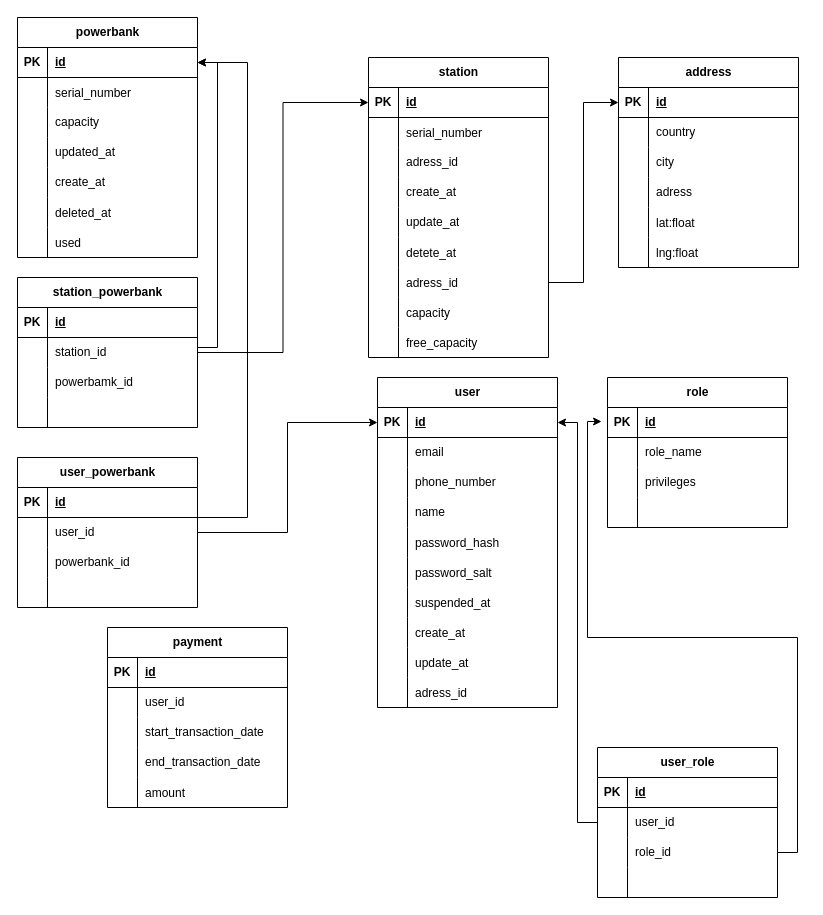
Earlier version of the draw.io diagram docs/db/db.drawio (Miroshinsv/wcharge_back). Source tidied: cells renumbered, new cells numbered last; positions are measured from the earlier drawing's top-left corner, leaving out a move shared by most shapes. Both pictures are drawn from the tidied source at 100%, with x=0, y=0 at pixel (17, 17).
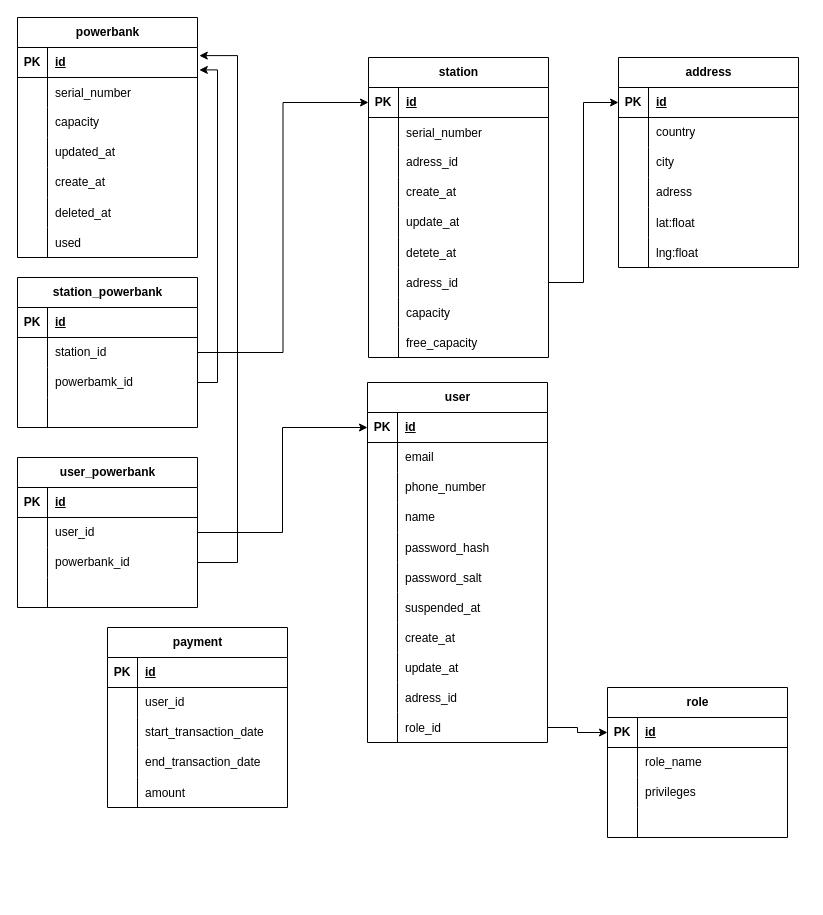
The same diagram, later.

Unchanged cells that the change refers to:
```xml
<mxCell id="50" style="shape=tableRow;horizontal=0;startSize=0;swimlaneHead=0;swimlaneBody=0;fillColor=none;points=[[0,0.5],[1,0.5]];portConstraint=eastwest;top=0;left=0;right=0;bottom=1;" parent="49" vertex="1">
  <mxGeometry y="30" width="180" height="30" as="geometry" />
</mxCell>
<mxCell id="63" style="shape=tableRow;horizontal=0;startSize=0;swimlaneHead=0;swimlaneBody=0;fillColor=none;points=[[0,0.5],[1,0.5]];portConstraint=eastwest;top=0;left=0;right=0;bottom=1;" parent="62" vertex="1">
  <mxGeometry y="30" width="180" height="30" as="geometry" />
</mxCell>
<mxCell id="94" style="shape=tableRow;horizontal=0;startSize=0;swimlaneHead=0;swimlaneBody=0;fillColor=none;points=[[0,0.5],[1,0.5]];portConstraint=eastwest;top=0;left=0;right=0;bottom=1;" parent="93" vertex="1">
  <mxGeometry y="30" width="180" height="30" as="geometry" />
</mxCell>
<mxCell id="136" style="shape=tableRow;horizontal=0;startSize=0;swimlaneHead=0;swimlaneBody=0;fillColor=none;points=[[0,0.5],[1,0.5]];portConstraint=eastwest;top=0;left=0;right=0;bottom=0;" parent="132" vertex="1">
  <mxGeometry y="60" width="180" height="30" as="geometry" />
</mxCell>
<mxCell id="139" style="shape=tableRow;horizontal=0;startSize=0;swimlaneHead=0;swimlaneBody=0;fillColor=none;points=[[0,0.5],[1,0.5]];portConstraint=eastwest;top=0;left=0;right=0;bottom=0;" parent="132" vertex="1">
  <mxGeometry y="90" width="180" height="30" as="geometry" />
</mxCell>
<mxCell id="169" style="shape=tableRow;horizontal=0;startSize=0;swimlaneHead=0;swimlaneBody=0;fillColor=none;points=[[0,0.5],[1,0.5]];portConstraint=eastwest;top=0;left=0;right=0;bottom=0;" parent="162" vertex="1">
  <mxGeometry y="90" width="180" height="30" as="geometry" />
</mxCell>
```

What changed in the source:
```diff
@@
     <mxCell id="49" value="role" style="shape=table;startSize=30;childLayout=tableLayout;rowLines=0;fontStyle=1;align=center;html=1;" parent="1" vertex="1">
-      <mxGeometry x="590" y="360" width="180" height="150" as="geometry" />
+      <mxGeometry x="590" y="670" width="180" height="150" as="geometry" />
     </mxCell>
@@
     <mxCell id="62" value="user" style="shape=table;startSize=30;childLayout=tableLayout;rowLines=0;fontStyle=1;align=center;html=1;" parent="1" vertex="1">
-      <mxGeometry x="360" y="360" width="180" height="330" as="geometry" />
+      <mxGeometry x="350" y="365" width="180" height="360" as="geometry" />
     </mxCell>
@@
+    <mxCell id="177" style="shape=tableRow;horizontal=0;startSize=0;swimlaneHead=0;swimlaneBody=0;fillColor=none;points=[[0,0.5],[1,0.5]];portConstraint=eastwest;top=0;left=0;right=0;bottom=0;" parent="62" vertex="1">
+      <mxGeometry y="330" width="180" height="30" as="geometry" />
+    </mxCell>
+    <mxCell id="178" style="shape=partialRectangle;fillColor=none;top=0;left=0;bottom=0;right=0;overflow=hidden;" parent="177" vertex="1">
+      <mxGeometry width="30" height="30" as="geometry" />
+    </mxCell>
+    <mxCell id="156" value="role_id" style="shape=partialRectangle;fillColor=none;top=0;left=0;bottom=0;right=0;align=left;spacingLeft=6;overflow=hidden;" parent="177" vertex="1">
+      <mxGeometry x="30" width="150" height="30" as="geometry" />
+    </mxCell>
@@
-    <mxCell id="145" style="edgeStyle=orthogonalEdgeStyle;rounded=0;jettySize=auto;html=1;entryX=1;entryY=0.5;entryDx=0;entryDy=0;exitX=1;exitY=0.5;exitDx=0;exitDy=0;" parent="1" edge="1" source="136" target="94">
-      <mxGeometry relative="1" as="geometry">
-        <Array as="points">
-          <mxPoint x="180" y="330" />
-          <mxPoint x="200" y="330" />
-          <mxPoint x="200" y="45" />
-        </Array>
-      </mxGeometry>
-    </mxCell>
@@
-    <mxCell id="147" value="user_role" style="shape=table;startSize=30;childLayout=tableLayout;rowLines=0;fontStyle=1;align=center;html=1;" parent="1" vertex="1">
-      <mxGeometry x="580" y="730" width="180" height="150" as="geometry" />
-    </mxCell>
-    <mxCell id="148" style="shape=tableRow;horizontal=0;startSize=0;swimlaneHead=0;swimlaneBody=0;fillColor=none;top=0;left=0;right=0;bottom=1;" parent="147" vertex="1">
-      <mxGeometry y="30" width="180" height="30" as="geometry" />
-    </mxCell>
-    <mxCell id="149" value="PK" style="shape=partialRectangle;fillColor=none;top=0;left=0;bottom=0;right=0;fontStyle=1;overflow=hidden;whiteSpace=wrap;html=1;" parent="148" vertex="1">
-      <mxGeometry width="30" height="30" as="geometry" />
-    </mxCell>
-    <mxCell id="150" value="id" style="shape=partialRectangle;fillColor=none;top=0;left=0;bottom=0;right=0;align=left;spacingLeft=6;fontStyle=5;overflow=hidden;whiteSpace=wrap;html=1;" parent="148" vertex="1">
-      <mxGeometry x="30" width="150" height="30" as="geometry" />
-    </mxCell>
-    <mxCell id="151" style="shape=tableRow;horizontal=0;startSize=0;swimlaneHead=0;swimlaneBody=0;fillColor=none;points=[[0,0.5],[1,0.5]];portConstraint=eastwest;top=0;left=0;right=0;bottom=0;" parent="147" vertex="1">
-      <mxGeometry y="60" width="180" height="30" as="geometry" />
-    </mxCell>
-    <mxCell id="152" style="shape=partialRectangle;fillColor=none;top=0;left=0;bottom=0;right=0;overflow=hidden;whiteSpace=wrap;html=1;" parent="151" vertex="1">
-      <mxGeometry width="30" height="30" as="geometry" />
-    </mxCell>
-    <mxCell id="153" value="user_id" style="shape=partialRectangle;fillColor=none;top=0;left=0;bottom=0;right=0;align=left;spacingLeft=6;overflow=hidden;whiteSpace=wrap;html=1;" parent="151" vertex="1">
-      <mxGeometry x="30" width="150" height="30" as="geometry" />
-    </mxCell>
-    <mxCell id="154" style="shape=tableRow;horizontal=0;startSize=0;swimlaneHead=0;swimlaneBody=0;fillColor=none;points=[[0,0.5],[1,0.5]];portConstraint=eastwest;top=0;left=0;right=0;bottom=0;" parent="147" vertex="1">
-      <mxGeometry y="90" width="180" height="30" as="geometry" />
-    </mxCell>
-    <mxCell id="155" style="shape=partialRectangle;fillColor=none;top=0;left=0;bottom=0;right=0;overflow=hidden;whiteSpace=wrap;html=1;" parent="154" vertex="1">
-      <mxGeometry width="30" height="30" as="geometry" />
-    </mxCell>
-    <mxCell id="156" value="role_id" style="shape=partialRectangle;fillColor=none;top=0;left=0;bottom=0;right=0;align=left;spacingLeft=6;overflow=hidden;whiteSpace=wrap;html=1;" parent="154" vertex="1">
-      <mxGeometry x="30" width="150" height="30" as="geometry" />
-    </mxCell>
-    <mxCell id="157" style="shape=tableRow;horizontal=0;startSize=0;swimlaneHead=0;swimlaneBody=0;fillColor=none;top=0;left=0;right=0;bottom=0;" parent="147" vertex="1">
-      <mxGeometry y="120" width="180" height="30" as="geometry" />
-    </mxCell>
-    <mxCell id="158" style="shape=partialRectangle;fillColor=none;top=0;left=0;bottom=0;right=0;overflow=hidden;whiteSpace=wrap;html=1;" parent="157" vertex="1">
-      <mxGeometry width="30" height="30" as="geometry" />
-    </mxCell>
-    <mxCell id="159" style="shape=partialRectangle;fillColor=none;top=0;left=0;bottom=0;right=0;align=left;spacingLeft=6;overflow=hidden;whiteSpace=wrap;html=1;" parent="157" vertex="1">
-      <mxGeometry x="30" width="150" height="30" as="geometry" />
-    </mxCell>
-    <mxCell id="160" style="edgeStyle=orthogonalEdgeStyle;rounded=0;jettySize=auto;html=1;exitX=0;exitY=0.5;exitDx=0;exitDy=0;entryX=1;entryY=0.5;entryDx=0;entryDy=0;" parent="1" edge="1" source="151" target="63">
-      <mxGeometry relative="1" as="geometry">
-        <Array as="points">
-          <mxPoint x="560" y="805" />
-          <mxPoint x="560" y="405" />
-        </Array>
-      </mxGeometry>
-    </mxCell>
-    <mxCell id="161" style="edgeStyle=orthogonalEdgeStyle;rounded=0;jettySize=auto;html=1;entryX=-0.033;entryY=0.467;entryDx=0;entryDy=0;entryPerimeter=0;exitX=1;exitY=0.5;exitDx=0;exitDy=0;" parent="1" edge="1" source="154" target="50">
-      <mxGeometry relative="1" as="geometry">
-        <Array as="points">
-          <mxPoint x="780" y="835" />
-          <mxPoint x="780" y="620" />
-          <mxPoint x="570" y="620" />
-          <mxPoint x="570" y="404" />
-        </Array>
-      </mxGeometry>
-    </mxCell>
@@
+    <mxCell id="179" style="edgeStyle=orthogonalEdgeStyle;rounded=0;jettySize=auto;html=1;entryX=0;entryY=0.5;entryDx=0;entryDy=0;" parent="1" edge="1" source="177" target="50">
+      <mxGeometry relative="1" as="geometry" />
+    </mxCell>
+    <mxCell id="180" style="edgeStyle=orthogonalEdgeStyle;rounded=0;jettySize=auto;html=1;entryX=1.01;entryY=0.748;entryDx=0;entryDy=0;entryPerimeter=0;" parent="1" edge="1" source="139" target="94">
+      <mxGeometry relative="1" as="geometry">
+        <Array as="points">
+          <mxPoint x="200" y="365" />
+          <mxPoint x="200" y="52" />
+        </Array>
+      </mxGeometry>
+    </mxCell>
-    <mxCell id="176" style="edgeStyle=orthogonalEdgeStyle;rounded=0;jettySize=auto;html=1;exitX=1;exitY=0.5;exitDx=0;exitDy=0;entryX=1;entryY=0.5;entryDx=0;entryDy=0;" parent="1" edge="1" source="169" target="94">
+    <mxCell id="176" style="edgeStyle=orthogonalEdgeStyle;rounded=0;jettySize=auto;html=1;exitX=1;exitY=0.5;exitDx=0;exitDy=0;entryX=1.01;entryY=0.271;entryDx=0;entryDy=0;entryPerimeter=0;" parent="1" edge="1" source="169" target="94">
       <mxGeometry relative="1" as="geometry">
         <Array as="points">
-          <mxPoint x="230" y="500" />
-          <mxPoint x="230" y="45" />
+          <mxPoint x="220" y="545" />
+          <mxPoint x="220" y="38" />
         </Array>
       </mxGeometry>
     </mxCell>
```
